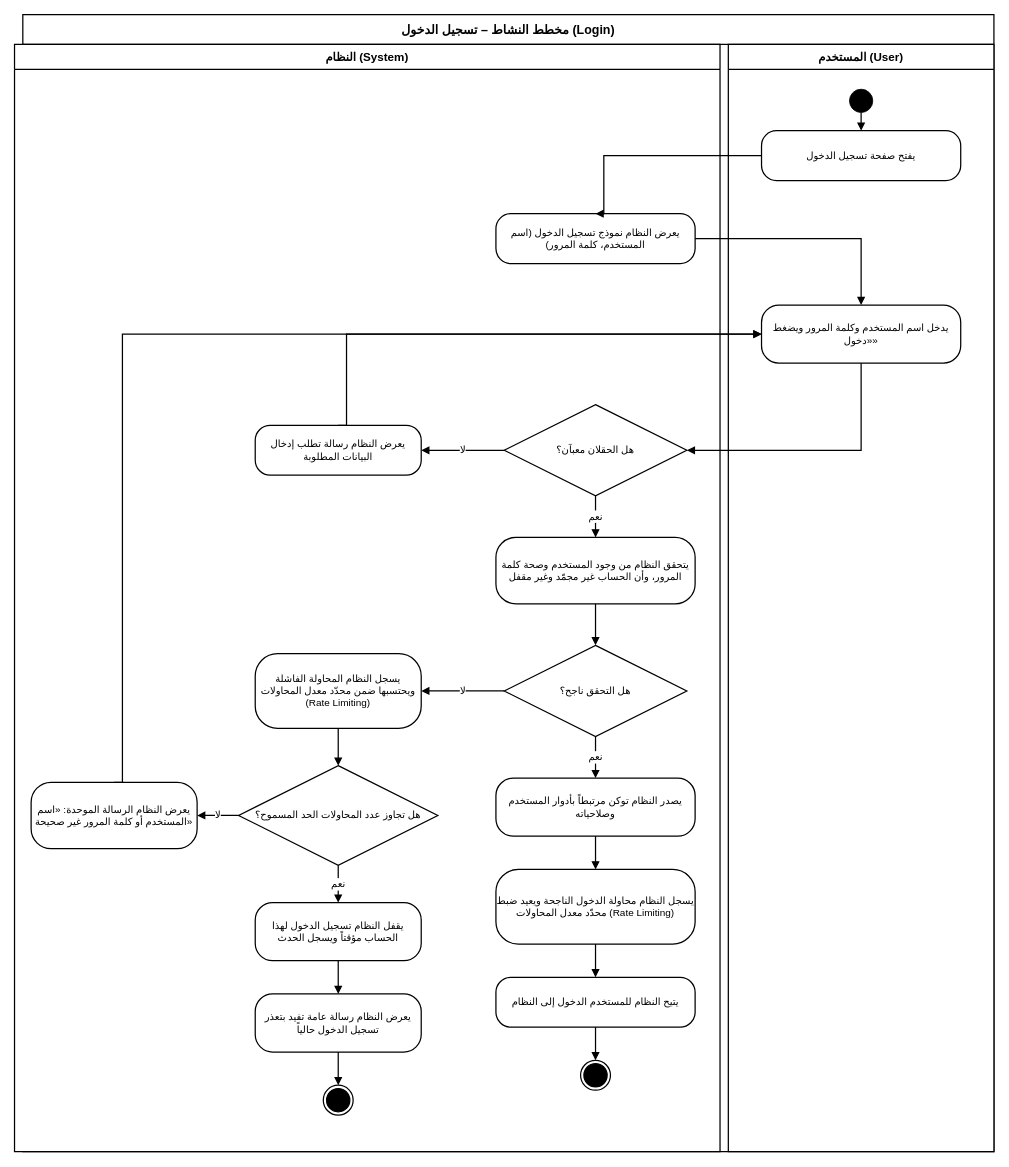
Above: docs/analysis/Login/Login Activity.drawio in QF-MJ/crm-al-mohtaref (draw.io), before the change. Source tidied: cells renumbered, new cells numbered last; positions are measured from the earlier drawing's top-left corner, leaving out a move shared by most shapes. Both pictures are drawn from the tidied source at 83%, with x=0, y=0 at pixel (14, 14).
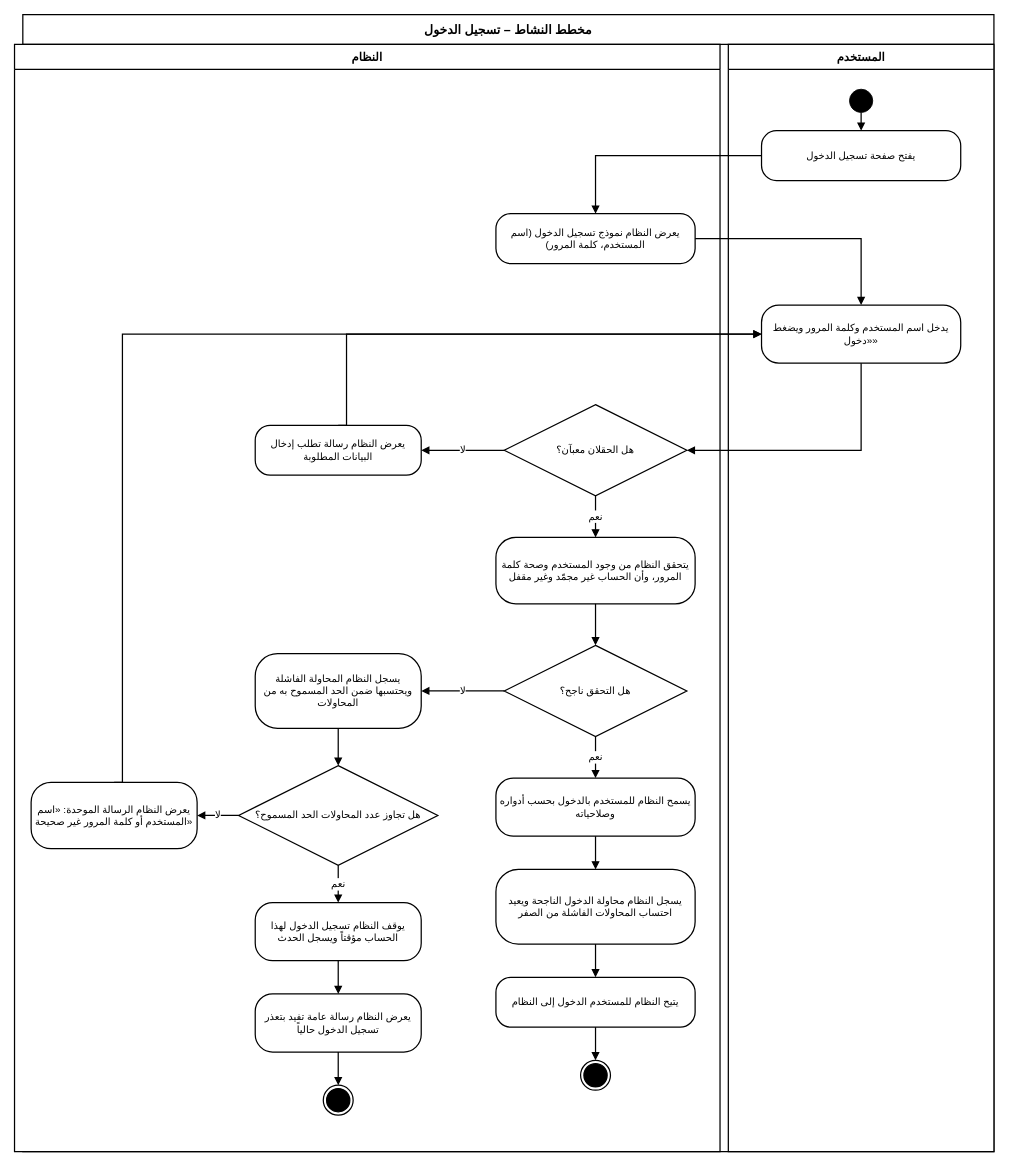
The same diagram, later.

Commit message (it also covers changes not shown here):
fix: update login activity diagram, narrative, and PDF documentation for clarity and accuracy

The change refers to these unchanged cells:
```xml
<mxCell id="4" value="يعرض النظام نموذج تسجيل الدخول (اسم المستخدم، كلمة المرور)" style="rounded=1;arcSize=30;html=1;whiteSpace=wrap;fillColor=#FFFFFF;strokeColor=#000000;strokeWidth=1.5;fontFamily=Arial;fontSize=12;fontColor=#000000;" parent="3" vertex="1">
  <mxGeometry x="580" y="204" width="240" height="60" as="geometry" />
</mxCell>
<mxCell id="21" value="يفتح صفحة تسجيل الدخول" style="rounded=1;arcSize=30;html=1;whiteSpace=wrap;fillColor=#FFFFFF;strokeColor=#000000;strokeWidth=1.5;fontFamily=Arial;fontSize=12;fontColor=#000000;" parent="19" vertex="1">
  <mxGeometry x="40" y="104" width="240" height="60" as="geometry" />
</mxCell>
```

The edit, as a diff of the source:
```diff
@@
-    <mxCell id="2" value="مخطط النشاط – تسجيل الدخول (Login)" style="swimlane;html=1;whiteSpace=wrap;startSize=36;horizontal=1;fillColor=#FFFFFF;swimlaneFillColor=#FFFFFF;strokeColor=#000000;strokeWidth=1.5;fontStyle=1;fontFamily=Arial;fontSize=15;fontColor=#000000;" parent="1" vertex="1">
+    <mxCell id="2" value="مخطط النشاط – تسجيل الدخول" style="swimlane;html=1;whiteSpace=wrap;startSize=36;horizontal=1;fillColor=#FFFFFF;swimlaneFillColor=#FFFFFF;strokeColor=#000000;strokeWidth=1.5;fontStyle=1;fontFamily=Arial;fontSize=15;fontColor=#000000;" parent="1" vertex="1">
       <mxGeometry x="10" width="1170" height="1370" as="geometry" />
     </mxCell>
-    <mxCell id="3" value="النظام (System)" style="swimlane;html=1;whiteSpace=wrap;startSize=30;horizontal=1;fillColor=#FFFFFF;swimlaneFillColor=#FFFFFF;strokeColor=#000000;strokeWidth=1.5;fontStyle=1;fontFamily=Arial;fontSize=14;fontColor=#000000;" parent="2" vertex="1">
+    <mxCell id="3" value="النظام" style="swimlane;html=1;whiteSpace=wrap;startSize=30;horizontal=1;fillColor=#FFFFFF;swimlaneFillColor=#FFFFFF;strokeColor=#000000;strokeWidth=1.5;fontStyle=1;fontFamily=Arial;fontSize=14;fontColor=#000000;" parent="2" vertex="1">
       <mxGeometry x="-10" y="36" width="850" height="1334" as="geometry" />
     </mxCell>
@@
-    <mxCell id="8" value="يصدر النظام توكن مرتبطاً بأدوار المستخدم وصلاحياته" style="rounded=1;arcSize=30;html=1;whiteSpace=wrap;fillColor=#FFFFFF;strokeColor=#000000;strokeWidth=1.5;fontFamily=Arial;fontSize=12;fontColor=#000000;" parent="3" vertex="1">
+    <mxCell id="8" value="يسمح النظام للمستخدم بالدخول بحسب أدواره وصلاحياته" style="rounded=1;arcSize=30;html=1;whiteSpace=wrap;fillColor=#FFFFFF;strokeColor=#000000;strokeWidth=1.5;fontFamily=Arial;fontSize=12;fontColor=#000000;" parent="3" vertex="1">
       <mxGeometry x="580" y="884" width="240" height="70" as="geometry" />
     </mxCell>
-    <mxCell id="9" value="يسجل النظام محاولة الدخول الناجحة ويعيد ضبط محدّد معدل المحاولات (Rate Limiting)" style="rounded=1;arcSize=30;html=1;whiteSpace=wrap;fillColor=#FFFFFF;strokeColor=#000000;strokeWidth=1.5;fontFamily=Arial;fontSize=12;fontColor=#000000;" parent="3" vertex="1">
+    <mxCell id="9" value="يسجل النظام محاولة الدخول الناجحة ويعيد احتساب المحاولات الفاشلة من الصفر" style="rounded=1;arcSize=30;html=1;whiteSpace=wrap;fillColor=#FFFFFF;strokeColor=#000000;strokeWidth=1.5;fontFamily=Arial;fontSize=12;fontColor=#000000;" parent="3" vertex="1">
       <mxGeometry x="580" y="994" width="240" height="90" as="geometry" />
     </mxCell>
@@
-    <mxCell id="13" value="يسجل النظام المحاولة الفاشلة ويحتسبها ضمن محدّد معدل المحاولات (Rate Limiting)" style="rounded=1;arcSize=30;html=1;whiteSpace=wrap;fillColor=#FFFFFF;strokeColor=#000000;strokeWidth=1.5;fontFamily=Arial;fontSize=12;fontColor=#000000;" parent="3" vertex="1">
+    <mxCell id="13" value="يسجل النظام المحاولة الفاشلة ويحتسبها ضمن الحد المسموح به من المحاولات" style="rounded=1;arcSize=30;html=1;whiteSpace=wrap;fillColor=#FFFFFF;strokeColor=#000000;strokeWidth=1.5;fontFamily=Arial;fontSize=12;fontColor=#000000;" parent="3" vertex="1">
       <mxGeometry x="290" y="734" width="200" height="90" as="geometry" />
     </mxCell>
@@
-    <mxCell id="15" value="يقفل النظام تسجيل الدخول لهذا الحساب مؤقتاً ويسجل الحدث" style="rounded=1;arcSize=30;html=1;whiteSpace=wrap;fillColor=#FFFFFF;strokeColor=#000000;strokeWidth=1.5;fontFamily=Arial;fontSize=12;fontColor=#000000;" parent="3" vertex="1">
+    <mxCell id="15" value="يوقف النظام تسجيل الدخول لهذا الحساب مؤقتاً ويسجل الحدث" style="rounded=1;arcSize=30;html=1;whiteSpace=wrap;fillColor=#FFFFFF;strokeColor=#000000;strokeWidth=1.5;fontFamily=Arial;fontSize=12;fontColor=#000000;" parent="3" vertex="1">
       <mxGeometry x="290" y="1034" width="200" height="70" as="geometry" />
     </mxCell>
@@
-    <mxCell id="19" value="المستخدم (User)" style="swimlane;html=1;whiteSpace=wrap;startSize=30;horizontal=1;fillColor=#FFFFFF;swimlaneFillColor=#FFFFFF;strokeColor=#000000;strokeWidth=1.5;fontStyle=1;fontFamily=Arial;fontSize=14;fontColor=#000000;" parent="2" vertex="1">
+    <mxCell id="19" value="المستخدم" style="swimlane;html=1;whiteSpace=wrap;startSize=30;horizontal=1;fillColor=#FFFFFF;swimlaneFillColor=#FFFFFF;strokeColor=#000000;strokeWidth=1.5;fontStyle=1;fontFamily=Arial;fontSize=14;fontColor=#000000;" parent="2" vertex="1">
       <mxGeometry x="850" y="36" width="320" height="1334" as="geometry" />
     </mxCell>
@@
     <mxCell id="24" style="edgeStyle=orthogonalEdgeStyle;rounded=0;html=1;endArrow=block;endFill=1;strokeColor=#000000;strokeWidth=1.5;labelBackgroundColor=#FFFFFF;fontFamily=Arial;fontSize=12;fontColor=#000000;exitX=0;exitY=0.5;exitDx=0;exitDy=0;entryX=0.5;entryY=0;entryDx=0;entryDy=0;" parent="1" edge="1" source="21" target="4">
       <mxGeometry relative="1" as="geometry">
         <Array as="points">
-          <mxPoint x="710" y="170" />
+          <mxPoint x="700" y="170" />
         </Array>
       </mxGeometry>
     </mxCell>
```
